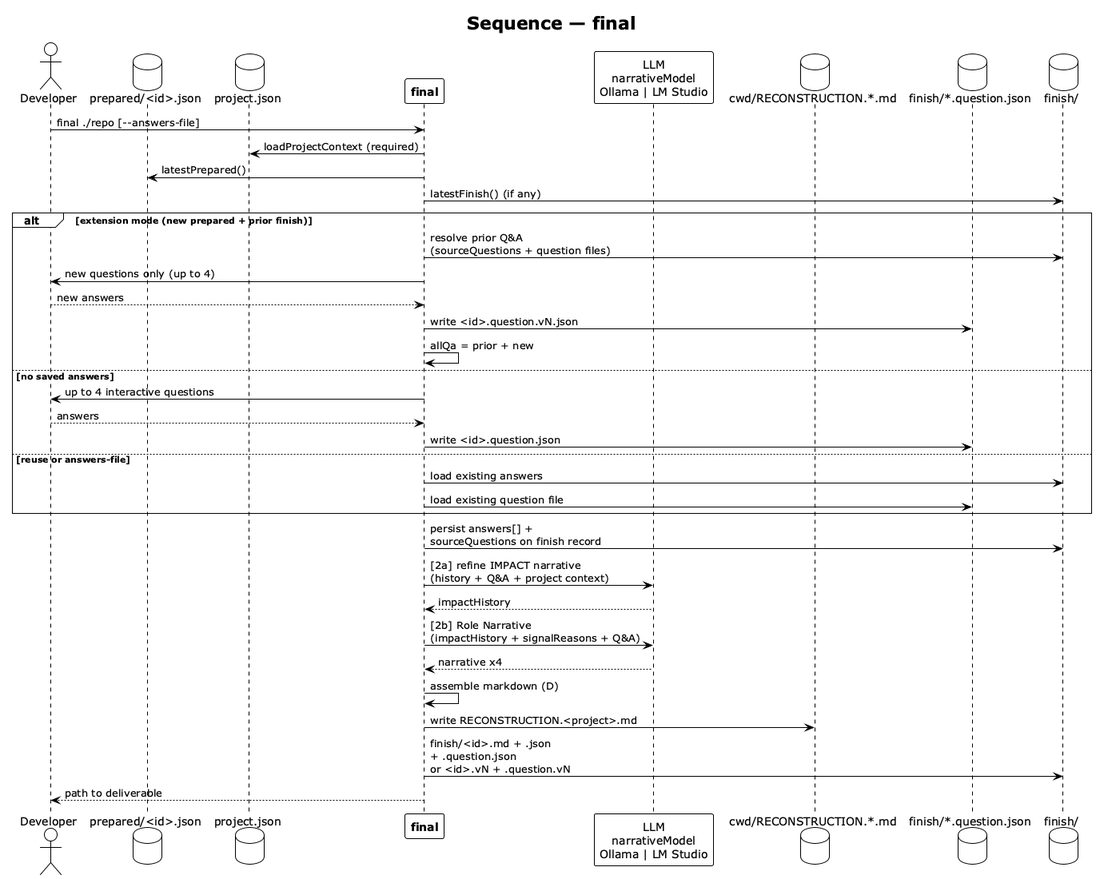
vzakharchenko/dev-workgraph keeps this PlantUML diagram as img/final-sequence.png. Above is the earlier version.
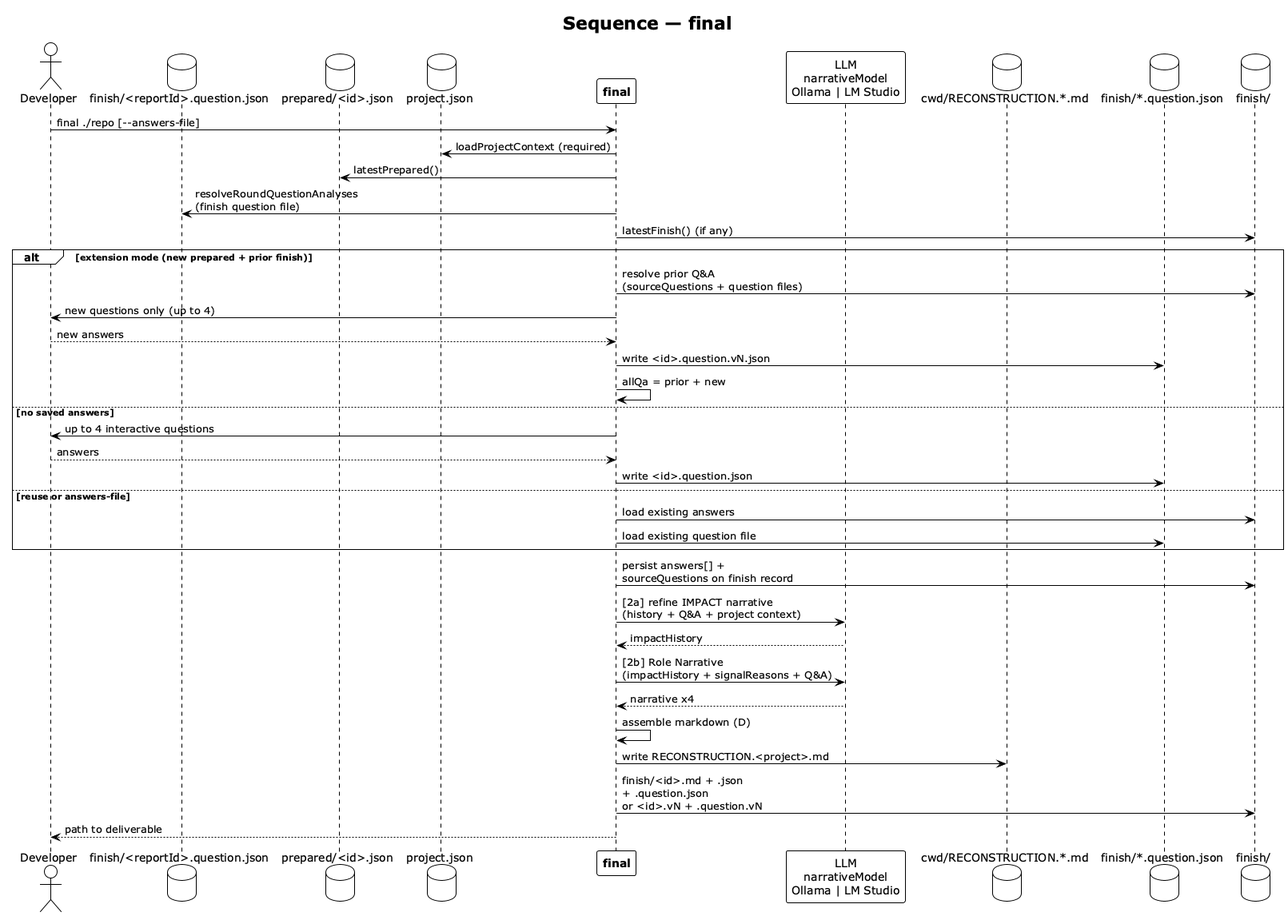
After the change.

The edit, as a diff of the source:
```diff
@@ -5,6 +5,7 @@
 title Sequence — **final**
 
 actor "Developer" as DEV
+database "finish/<reportId>.question.json" as QPREP
 database "prepared/<id>.json" as PREP
 database "project.json" as PJ
 participant "**final**" as FIN
@@ -17,6 +18,7 @@
 
 FIN -> PJ : loadProjectContext (required)
 FIN -> PREP : latestPrepared()
+FIN -> QPREP : resolveRoundQuestionAnalyses\n(finish question file)
 
 FIN -> ARCH : latestFinish() (if any)
 
```
